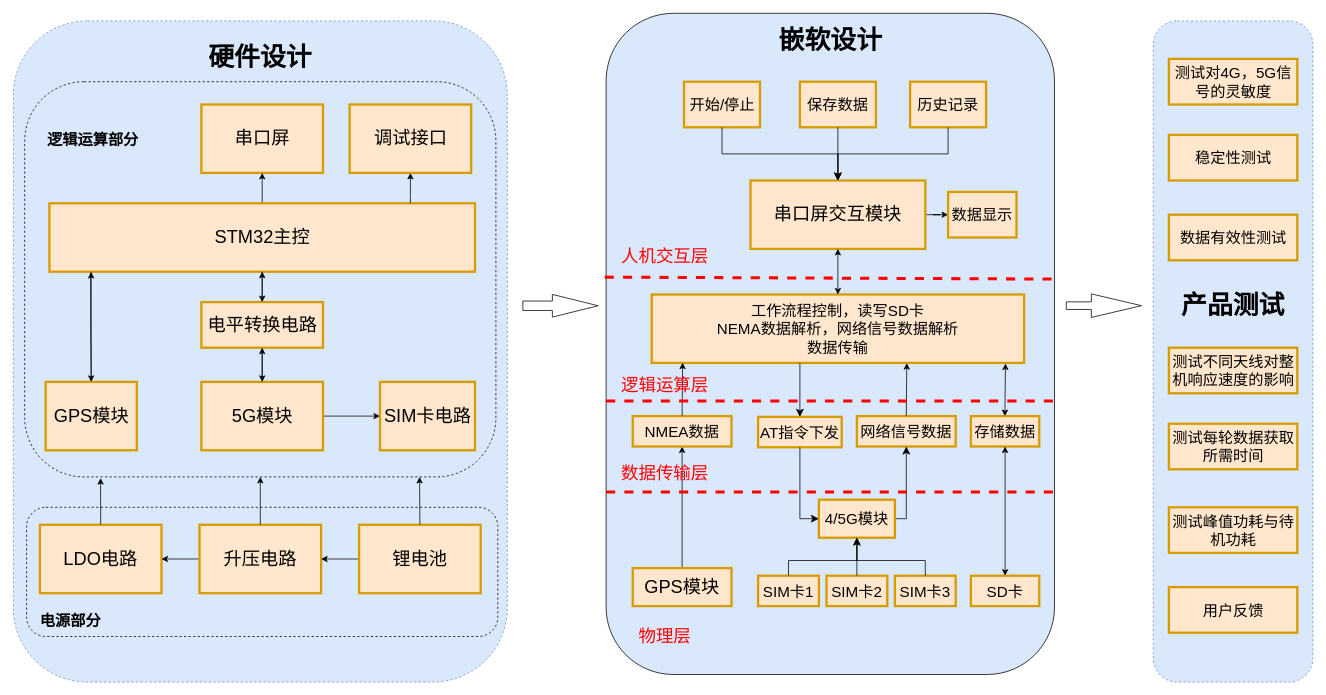
This is 三网框图.drawio from wugfh/my_drawio, a draw.io file, before an edit. Source tidied: cells renumbered, new cells numbered last; positions are measured from the earlier drawing's top-left corner, leaving out a move shared by most shapes. Both pictures are drawn from the tidied source at 76%, with x=0, y=0 at pixel (13, 13).
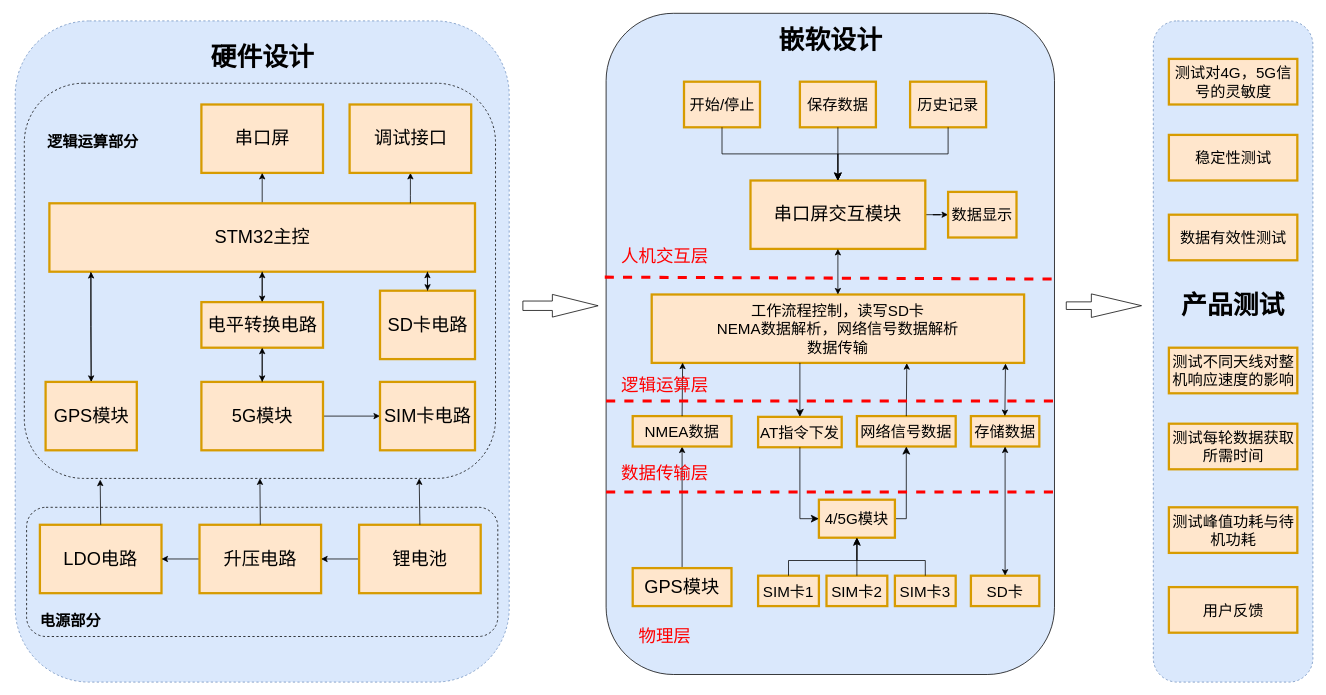
The same page after the edit.

Commit message:
更新三网框图.drawio

Diff of the diagram source:
```diff
@@
     <mxCell id="4" value="&lt;div style=&quot;text-align: center;&quot;&gt;&lt;b style=&quot;background-color: initial; font-size: 34px; vertical-align: super;&quot;&gt;&amp;nbsp; &amp;nbsp; &amp;nbsp; &amp;nbsp; &amp;nbsp; &amp;nbsp; &amp;nbsp; &amp;nbsp; &amp;nbsp; &amp;nbsp; &amp;nbsp; &amp;nbsp; &amp;nbsp; &amp;nbsp;硬件设计&lt;/b&gt;&lt;br&gt;&lt;/div&gt;&lt;div style=&quot;text-align: center;&quot;&gt;&lt;sup style=&quot;&quot;&gt;&lt;font style=&quot;font-size: 34px;&quot;&gt;&lt;b&gt;&lt;br&gt;&lt;/b&gt;&lt;/font&gt;&lt;/sup&gt;&lt;/div&gt;&lt;div style=&quot;text-align: center;&quot;&gt;&lt;sup style=&quot;&quot;&gt;&lt;font style=&quot;font-size: 34px;&quot;&gt;&lt;b&gt;&lt;br&gt;&lt;/b&gt;&lt;/font&gt;&lt;/sup&gt;&lt;/div&gt;&lt;div style=&quot;text-align: center;&quot;&gt;&lt;sup style=&quot;&quot;&gt;&lt;font style=&quot;font-size: 34px;&quot;&gt;&lt;b&gt;&lt;br&gt;&lt;/b&gt;&lt;/font&gt;&lt;/sup&gt;&lt;/div&gt;&lt;div style=&quot;text-align: center;&quot;&gt;&lt;sup style=&quot;&quot;&gt;&lt;font style=&quot;font-size: 34px;&quot;&gt;&lt;b&gt;&lt;br&gt;&lt;/b&gt;&lt;/font&gt;&lt;/sup&gt;&lt;/div&gt;&lt;div style=&quot;text-align: center;&quot;&gt;&lt;sup style=&quot;&quot;&gt;&lt;font style=&quot;font-size: 34px;&quot;&gt;&lt;b&gt;&lt;br&gt;&lt;/b&gt;&lt;/font&gt;&lt;/sup&gt;&lt;/div&gt;&lt;div style=&quot;text-align: center;&quot;&gt;&lt;sup style=&quot;&quot;&gt;&lt;font style=&quot;font-size: 34px;&quot;&gt;&lt;b&gt;&lt;br&gt;&lt;/b&gt;&lt;/font&gt;&lt;/sup&gt;&lt;/div&gt;&lt;div style=&quot;text-align: center;&quot;&gt;&lt;sup style=&quot;&quot;&gt;&lt;font style=&quot;font-size: 34px;&quot;&gt;&lt;b&gt;&lt;br&gt;&lt;/b&gt;&lt;/font&gt;&lt;/sup&gt;&lt;/div&gt;&lt;div style=&quot;text-align: center;&quot;&gt;&lt;sup style=&quot;&quot;&gt;&lt;font style=&quot;font-size: 34px;&quot;&gt;&lt;b&gt;&lt;br&gt;&lt;/b&gt;&lt;/font&gt;&lt;/sup&gt;&lt;/div&gt;&lt;div style=&quot;text-align: center;&quot;&gt;&lt;sup style=&quot;&quot;&gt;&lt;font style=&quot;font-size: 34px;&quot;&gt;&lt;b&gt;&lt;br&gt;&lt;/b&gt;&lt;/font&gt;&lt;/sup&gt;&lt;/div&gt;&lt;div style=&quot;text-align: center;&quot;&gt;&lt;sup style=&quot;&quot;&gt;&lt;font style=&quot;font-size: 34px;&quot;&gt;&lt;b&gt;&lt;br&gt;&lt;/b&gt;&lt;/font&gt;&lt;/sup&gt;&lt;/div&gt;&lt;div style=&quot;text-align: center;&quot;&gt;&lt;sup style=&quot;&quot;&gt;&lt;font style=&quot;font-size: 34px;&quot;&gt;&lt;b&gt;&lt;br&gt;&lt;/b&gt;&lt;/font&gt;&lt;/sup&gt;&lt;/div&gt;&lt;div style=&quot;text-align: center;&quot;&gt;&lt;sup style=&quot;&quot;&gt;&lt;font style=&quot;font-size: 34px;&quot;&gt;&lt;b&gt;&lt;br&gt;&lt;/b&gt;&lt;/font&gt;&lt;/sup&gt;&lt;/div&gt;&lt;div style=&quot;text-align: center;&quot;&gt;&lt;sup style=&quot;&quot;&gt;&lt;font style=&quot;font-size: 34px;&quot;&gt;&lt;b&gt;&lt;br&gt;&lt;/b&gt;&lt;/font&gt;&lt;/sup&gt;&lt;/div&gt;&lt;div style=&quot;text-align: center;&quot;&gt;&lt;sup style=&quot;&quot;&gt;&lt;font style=&quot;font-size: 34px;&quot;&gt;&lt;b&gt;&lt;br&gt;&lt;/b&gt;&lt;/font&gt;&lt;/sup&gt;&lt;/div&gt;&lt;div style=&quot;text-align: center;&quot;&gt;&lt;sup style=&quot;&quot;&gt;&lt;font style=&quot;font-size: 34px;&quot;&gt;&lt;b&gt;&lt;br&gt;&lt;/b&gt;&lt;/font&gt;&lt;/sup&gt;&lt;/div&gt;&lt;div style=&quot;text-align: center;&quot;&gt;&lt;sup style=&quot;&quot;&gt;&lt;font style=&quot;font-size: 34px;&quot;&gt;&lt;b&gt;&lt;br&gt;&lt;/b&gt;&lt;/font&gt;&lt;/sup&gt;&lt;/div&gt;&lt;div style=&quot;text-align: center;&quot;&gt;&lt;sup style=&quot;&quot;&gt;&lt;font style=&quot;font-size: 34px;&quot;&gt;&lt;b&gt;&lt;br&gt;&lt;/b&gt;&lt;/font&gt;&lt;/sup&gt;&lt;/div&gt;&lt;div style=&quot;text-align: center;&quot;&gt;&lt;sup style=&quot;&quot;&gt;&lt;font style=&quot;font-size: 34px;&quot;&gt;&lt;b&gt;&lt;br&gt;&lt;/b&gt;&lt;/font&gt;&lt;/sup&gt;&lt;/div&gt;&lt;div style=&quot;text-align: center;&quot;&gt;&lt;sup style=&quot;&quot;&gt;&lt;font style=&quot;font-size: 34px;&quot;&gt;&lt;b&gt;&lt;br&gt;&lt;/b&gt;&lt;/font&gt;&lt;/sup&gt;&lt;/div&gt;" style="rounded=1;whiteSpace=wrap;html=1;dashed=1;align=left;fillColor=#dae8fc;strokeColor=#6c8ebf;" parent="1" vertex="1">
-      <mxGeometry y="10" width="650" height="870" as="geometry" />
+      <mxGeometry x="2.5" y="10" width="650" height="870" as="geometry" />
     </mxCell>
@@
     <mxCell id="58" value="&lt;div&gt;&lt;b style=&quot;background-color: initial;&quot;&gt;&lt;font style=&quot;font-size: 18px;&quot;&gt;&amp;nbsp; &amp;nbsp; &amp;nbsp;&lt;/font&gt;&lt;font style=&quot;font-size: 20px;&quot;&gt;逻辑运算部分&lt;/font&gt;&lt;font style=&quot;font-size: 18px;&quot;&gt;&amp;nbsp; &amp;nbsp; &amp;nbsp; &amp;nbsp; &amp;nbsp; &amp;nbsp; &amp;nbsp; &amp;nbsp; &amp;nbsp; &amp;nbsp; &amp;nbsp; &amp;nbsp; &amp;nbsp; &amp;nbsp; &amp;nbsp; &amp;nbsp; &amp;nbsp; &amp;nbsp; &amp;nbsp; &amp;nbsp; &amp;nbsp; &amp;nbsp; &amp;nbsp; &amp;nbsp; &amp;nbsp; &amp;nbsp; &amp;nbsp; &amp;nbsp; &amp;nbsp; &amp;nbsp; &amp;nbsp; &amp;nbsp; &amp;nbsp; &amp;nbsp; &amp;nbsp; &amp;nbsp; &amp;nbsp; &amp;nbsp; &amp;nbsp; &amp;nbsp; &amp;nbsp; &amp;nbsp; &amp;nbsp; &amp;nbsp; &amp;nbsp; &amp;nbsp; &amp;nbsp; &amp;nbsp; &amp;nbsp; &amp;nbsp; &amp;nbsp;&lt;/font&gt;&lt;/b&gt;&lt;/div&gt;&lt;div&gt;&lt;b style=&quot;background-color: initial;&quot;&gt;&lt;font style=&quot;font-size: 18px;&quot;&gt;&lt;br&gt;&lt;/font&gt;&lt;/b&gt;&lt;/div&gt;&lt;div&gt;&lt;b style=&quot;background-color: initial;&quot;&gt;&lt;font style=&quot;font-size: 18px;&quot;&gt;&lt;br&gt;&lt;/font&gt;&lt;/b&gt;&lt;/div&gt;&lt;div&gt;&lt;b style=&quot;background-color: initial;&quot;&gt;&lt;font style=&quot;font-size: 18px;&quot;&gt;&lt;br&gt;&lt;/font&gt;&lt;/b&gt;&lt;/div&gt;&lt;div&gt;&lt;b style=&quot;background-color: initial;&quot;&gt;&lt;font style=&quot;font-size: 18px;&quot;&gt;&lt;br&gt;&lt;/font&gt;&lt;/b&gt;&lt;/div&gt;&lt;div&gt;&lt;b style=&quot;background-color: initial;&quot;&gt;&lt;font style=&quot;font-size: 18px;&quot;&gt;&lt;br&gt;&lt;/font&gt;&lt;/b&gt;&lt;/div&gt;&lt;div&gt;&lt;b style=&quot;background-color: initial;&quot;&gt;&lt;font style=&quot;font-size: 18px;&quot;&gt;&lt;br&gt;&lt;/font&gt;&lt;/b&gt;&lt;/div&gt;&lt;div&gt;&lt;b style=&quot;background-color: initial;&quot;&gt;&lt;font style=&quot;font-size: 18px;&quot;&gt;&lt;br&gt;&lt;/font&gt;&lt;/b&gt;&lt;/div&gt;&lt;div&gt;&lt;b style=&quot;background-color: initial;&quot;&gt;&lt;font style=&quot;font-size: 18px;&quot;&gt;&lt;br&gt;&lt;/font&gt;&lt;/b&gt;&lt;/div&gt;&lt;div&gt;&lt;b style=&quot;background-color: initial;&quot;&gt;&lt;font style=&quot;font-size: 18px;&quot;&gt;&lt;br&gt;&lt;/font&gt;&lt;/b&gt;&lt;/div&gt;&lt;div&gt;&lt;b style=&quot;background-color: initial;&quot;&gt;&lt;font style=&quot;font-size: 18px;&quot;&gt;&lt;br&gt;&lt;/font&gt;&lt;/b&gt;&lt;/div&gt;&lt;div&gt;&lt;b style=&quot;background-color: initial;&quot;&gt;&lt;font style=&quot;font-size: 18px;&quot;&gt;&lt;br&gt;&lt;/font&gt;&lt;/b&gt;&lt;/div&gt;&lt;div&gt;&lt;b style=&quot;background-color: initial;&quot;&gt;&lt;font style=&quot;font-size: 18px;&quot;&gt;&lt;br&gt;&lt;/font&gt;&lt;/b&gt;&lt;/div&gt;&lt;div&gt;&lt;b style=&quot;background-color: initial;&quot;&gt;&lt;font style=&quot;font-size: 18px;&quot;&gt;&lt;br&gt;&lt;/font&gt;&lt;/b&gt;&lt;/div&gt;&lt;div&gt;&lt;b style=&quot;background-color: initial;&quot;&gt;&lt;font style=&quot;font-size: 18px;&quot;&gt;&lt;br&gt;&lt;/font&gt;&lt;/b&gt;&lt;/div&gt;&lt;div&gt;&lt;b style=&quot;background-color: initial;&quot;&gt;&lt;font style=&quot;font-size: 18px;&quot;&gt;&lt;br&gt;&lt;/font&gt;&lt;/b&gt;&lt;/div&gt;&lt;div&gt;&lt;b style=&quot;background-color: initial;&quot;&gt;&lt;font style=&quot;font-size: 18px;&quot;&gt;&lt;br&gt;&lt;/font&gt;&lt;/b&gt;&lt;/div&gt;" style="rounded=1;whiteSpace=wrap;html=1;fillColor=none;dashed=1;" parent="1" vertex="1">
-      <mxGeometry x="15" y="90" width="620" height="520" as="geometry" />
+      <mxGeometry x="14.5" y="92" width="620" height="520" as="geometry" />
     </mxCell>
@@
+    <mxCell id="80" value="&lt;font style=&quot;font-size: 24px;&quot;&gt;SD卡电路&lt;/font&gt;" style="rounded=0;whiteSpace=wrap;html=1;strokeWidth=3;fillColor=#ffe6cc;strokeColor=#d79b00;" parent="1" vertex="1">
+      <mxGeometry x="482.5" y="365" width="125" height="90" as="geometry" />
+    </mxCell>
+    <mxCell id="81" style="edgeStyle=orthogonalEdgeStyle;rounded=0;jettySize=auto;html=1;entryX=0.889;entryY=1.029;entryDx=0;entryDy=0;entryPerimeter=0;exitX=0.5;exitY=0;exitDx=0;exitDy=0;" parent="1" edge="1" source="80">
+      <mxGeometry relative="1" as="geometry">
+        <mxPoint x="544.9" y="340" as="targetPoint" />
+      </mxGeometry>
+    </mxCell>
+    <mxCell id="82" style="edgeStyle=orthogonalEdgeStyle;rounded=0;orthogonalLoop=1;jettySize=auto;html=1;entryX=0.889;entryY=1.029;entryDx=0;entryDy=0;entryPerimeter=0;exitX=0.5;exitY=0;exitDx=0;exitDy=0;" parent="1" edge="1">
+      <mxGeometry relative="1" as="geometry">
+        <mxPoint x="545" y="340" as="sourcePoint" />
+        <mxPoint x="545.1" y="365" as="targetPoint" />
+      </mxGeometry>
+    </mxCell>
```
